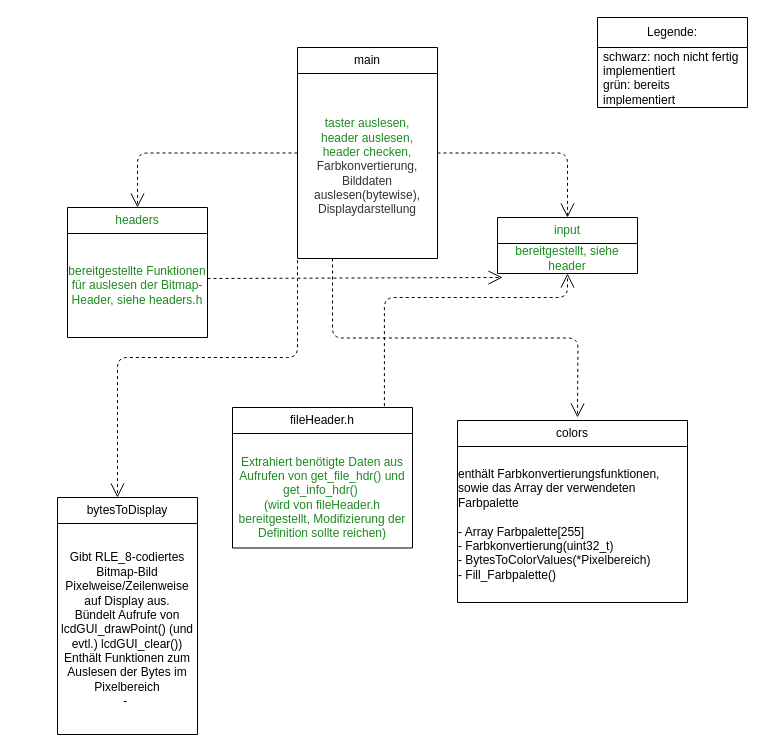
Before: Programs/BitmapDisplay/Modulkonzept.drawio in eljollo/ITS-BRD-VSC, a draw.io diagram. Source tidied: cells renumbered, new cells numbered last; positions are measured from the earlier drawing's top-left corner, leaving out a move shared by most shapes. Both pictures are drawn from the tidied source at 100%, with x=0, y=0 at pixel (57, 17).
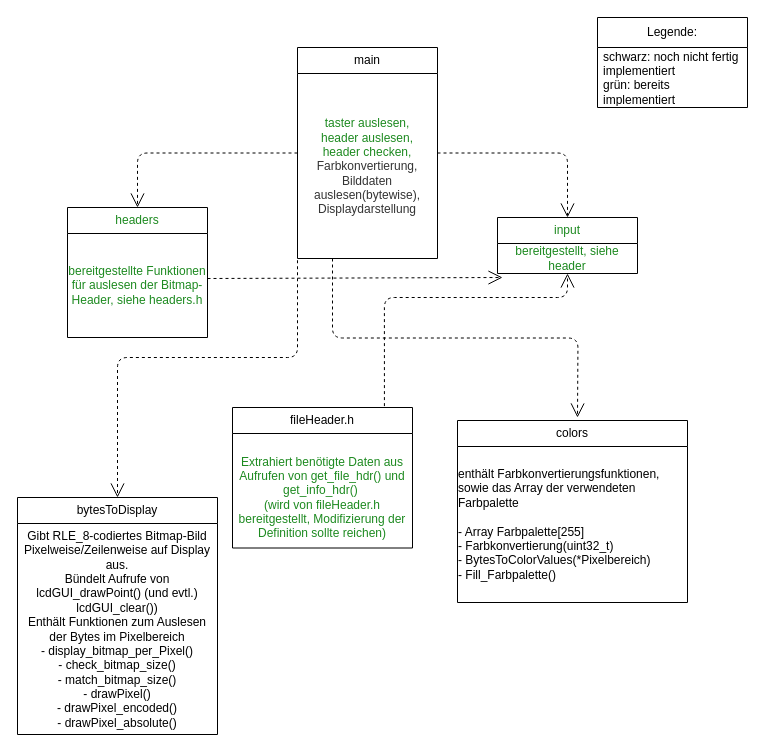
After the change.

What changed in the source:
```diff
@@
     <mxCell id="14" value="bytesToDisplay" style="swimlane;fontStyle=0;horizontal=1;startSize=26;fillColor=none;whiteSpace=wrap;html=1;" parent="1" vertex="1">
-      <mxGeometry y="480" width="140" height="237" as="geometry" />
+      <mxGeometry x="-40" y="480" width="200" height="237" as="geometry" />
     </mxCell>
-    <mxCell id="15" value="Gibt RLE_8-codiertes Bitmap-Bild Pixelweise/Zeilenweise auf Display aus.&lt;div&gt;Bündelt Aufrufe von lcdGUI_drawPoint() (und evtl.) lcdGUI_clear())&lt;/div&gt;&lt;div&gt;Enthält Funktionen zum Auslesen der Bytes im Pixelbereich&lt;/div&gt;&lt;div&gt;-&amp;nbsp;&lt;/div&gt;" style="text;html=1;whiteSpace=wrap;strokeColor=none;fillColor=none;align=center;verticalAlign=middle;rounded=0;" parent="14" vertex="1">
-      <mxGeometry y="26" width="140" height="211" as="geometry" />
+    <mxCell id="15" value="Gibt RLE_8-codiertes Bitmap-Bild Pixelweise/Zeilenweise auf Display aus.&lt;div&gt;Bündelt Aufrufe von lcdGUI_drawPoint() (und evtl.) lcdGUI_clear())&lt;/div&gt;&lt;div&gt;Enthält Funktionen zum Auslesen der Bytes im Pixelbereich&lt;/div&gt;&lt;div&gt;- display_bitmap_per_Pixel()&lt;/div&gt;&lt;div&gt;- check_bitmap_size()&lt;/div&gt;&lt;div&gt;- match_bitmap_size()&lt;/div&gt;&lt;div&gt;- drawPixel()&lt;/div&gt;&lt;div&gt;- drawPixel_encoded()&lt;/div&gt;&lt;div&gt;- drawPixel_absolute()&lt;/div&gt;" style="text;html=1;whiteSpace=wrap;strokeColor=none;fillColor=none;align=center;verticalAlign=middle;rounded=0;" parent="14" vertex="1">
+      <mxGeometry y="26" width="200" height="211" as="geometry" />
     </mxCell>
```
